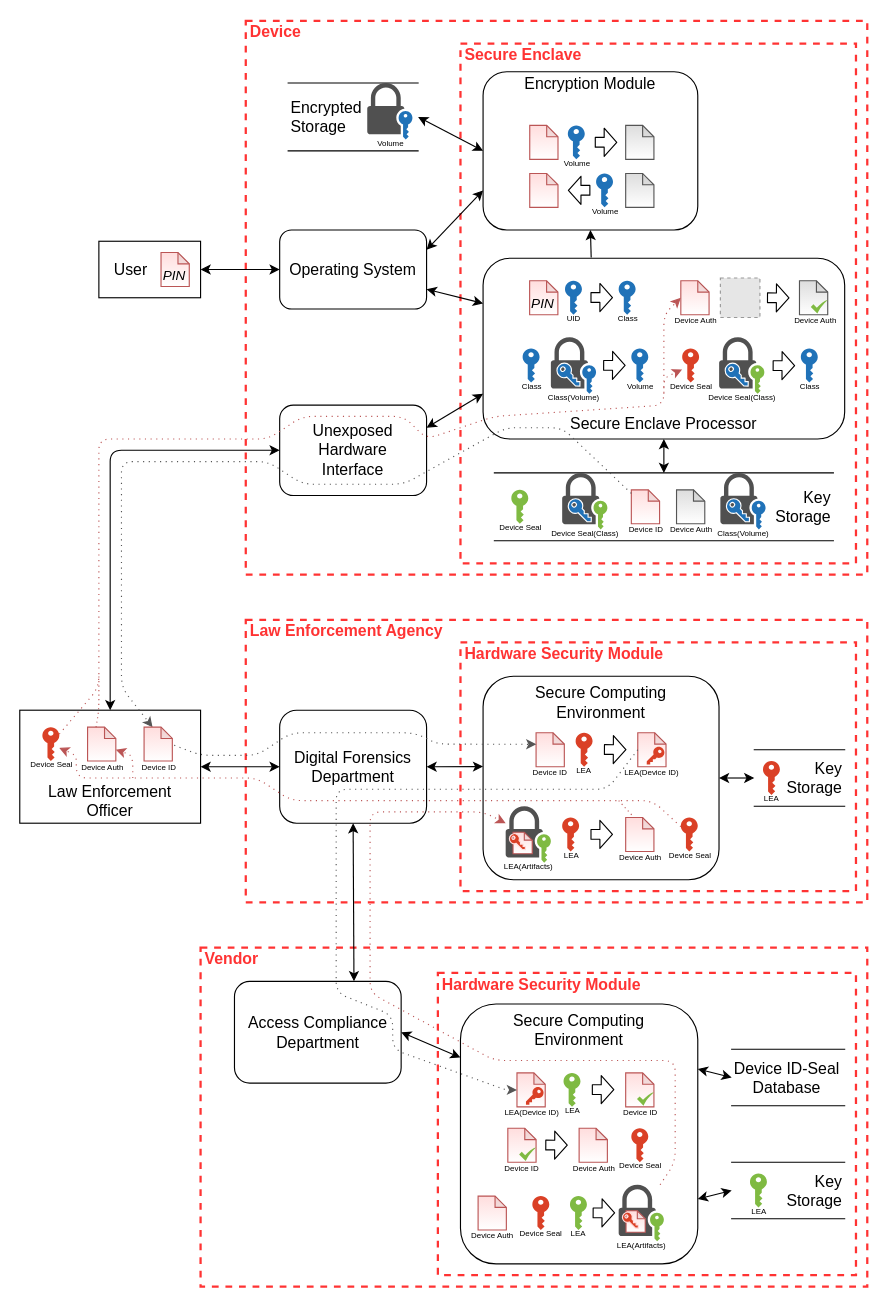
The draw.io diagram dfds/DAR-level-1-crypto-iphone-LDAMSR.drawio in kkredit/confronting-wicked-crypto, before the edit. Source tidied: cells renumbered, new cells numbered last; positions are measured from the earlier drawing's top-left corner, leaving out a move shared by most shapes. Both pictures are drawn from the tidied source at 113%, with x=0, y=0 at pixel (19, 20). Pictures stored in the file or linked from it are replaced by grey dashed boxes.
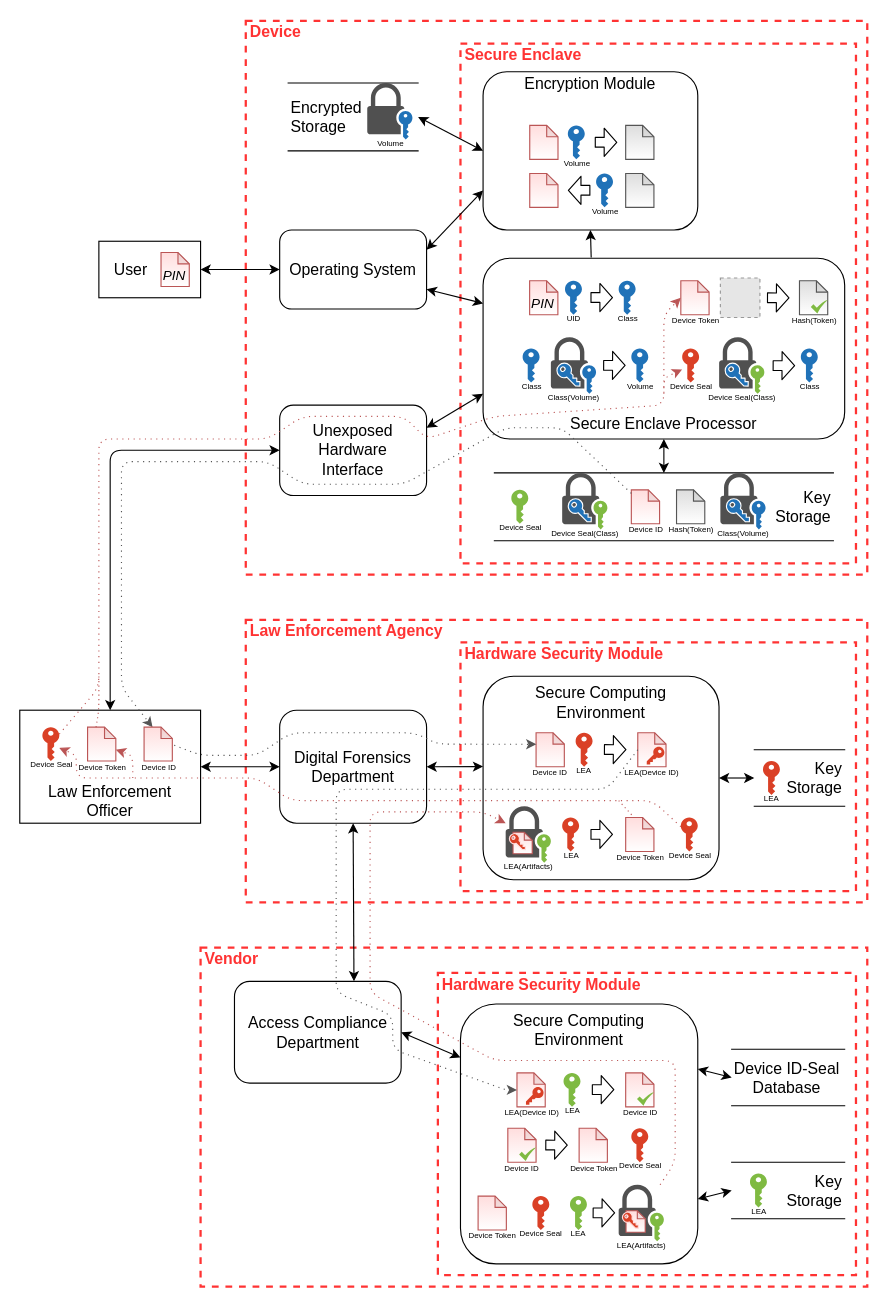
The same diagram, later.

Unchanged cells that the change refers to:
```xml
<mxCell id="110" style="group;" parent="1" vertex="1">
  <mxGeometry x="690" y="230" width="25" height="30" as="geometry" />
</mxCell>
```

What changed in the source:
```diff
@@
-    <mxCell id="111" value="&lt;span style=&quot;font-size: 7px&quot;&gt;&amp;nbsp;Device Auth&lt;/span&gt;" style="shape=note;html=1;backgroundOutline=1;darkOpacity=0.05;size=10;labelPosition=center;verticalLabelPosition=bottom;align=center;verticalAlign=top;spacingTop=-10;gradientColor=#ffffff;fillColor=#ddDDDD;strokeColor=#555555;" parent="110" vertex="1">
+    <mxCell id="111" value="&lt;span style=&quot;font-size: 7px&quot;&gt;Hash(Token)&lt;/span&gt;" style="shape=note;html=1;backgroundOutline=1;darkOpacity=0.05;size=10;labelPosition=center;verticalLabelPosition=bottom;align=center;verticalAlign=top;spacingTop=-10;gradientColor=#ffffff;fillColor=#ddDDDD;strokeColor=#555555;" parent="110" vertex="1">
       <mxGeometry width="25" height="30" as="geometry" />
     </mxCell>
@@
-    <mxCell id="113" value="&lt;span style=&quot;font-size: 7px&quot;&gt;Device Auth&lt;/span&gt;" style="shape=note;html=1;backgroundOutline=1;darkOpacity=0.05;size=10;labelPosition=center;verticalLabelPosition=bottom;align=center;verticalAlign=top;spacingTop=-10;gradientColor=#ffffff;fillColor=#ddDDDD;strokeColor=#555555;" parent="1" vertex="1">
+    <mxCell id="113" value="&lt;span style=&quot;font-size: 7px&quot;&gt;Hash(Token)&lt;/span&gt;" style="shape=note;html=1;backgroundOutline=1;darkOpacity=0.05;size=10;labelPosition=center;verticalLabelPosition=bottom;align=center;verticalAlign=top;spacingTop=-10;gradientColor=#ffffff;fillColor=#ddDDDD;strokeColor=#555555;" parent="1" vertex="1">
       <mxGeometry x="581.2" y="415" width="25" height="30" as="geometry" />
     </mxCell>
@@
-    <mxCell id="116" value="&lt;span style=&quot;font-size: 7px&quot;&gt;Device Auth&lt;/span&gt;" style="shape=note;html=1;backgroundOutline=1;darkOpacity=0.05;size=10;labelPosition=center;verticalLabelPosition=bottom;align=center;verticalAlign=top;spacingTop=-10;gradientColor=#ffffff;fillColor=#FFDDDD;strokeColor=#BB5555;" parent="1" vertex="1">
+    <mxCell id="116" value="&lt;span style=&quot;font-size: 7px&quot;&gt;Device Token&lt;/span&gt;" style="shape=note;html=1;backgroundOutline=1;darkOpacity=0.05;size=10;labelPosition=center;verticalLabelPosition=bottom;align=center;verticalAlign=top;spacingTop=-10;gradientColor=#ffffff;fillColor=#FFDDDD;strokeColor=#BB5555;" parent="1" vertex="1">
       <mxGeometry x="405.6" y="1040" width="25" height="30" as="geometry" />
     </mxCell>
@@
-    <mxCell id="125" value="&lt;span style=&quot;font-size: 7px&quot;&gt;Device Auth&lt;/span&gt;" style="shape=note;html=1;backgroundOutline=1;darkOpacity=0.05;size=10;labelPosition=center;verticalLabelPosition=bottom;align=center;verticalAlign=top;spacingTop=-10;gradientColor=#ffffff;fillColor=#FFDDDD;strokeColor=#BB5555;" parent="1" vertex="1">
+    <mxCell id="125" value="&lt;span style=&quot;font-size: 7px&quot;&gt;Device Token&lt;/span&gt;" style="shape=note;html=1;backgroundOutline=1;darkOpacity=0.05;size=10;labelPosition=center;verticalLabelPosition=bottom;align=center;verticalAlign=top;spacingTop=-10;gradientColor=#ffffff;fillColor=#FFDDDD;strokeColor=#BB5555;" parent="1" vertex="1">
       <mxGeometry x="536.2" y="705" width="25" height="30" as="geometry" />
     </mxCell>
@@
-    <mxCell id="127" value="&lt;span style=&quot;font-size: 7px&quot;&gt;Device Auth&lt;/span&gt;" style="shape=note;html=1;backgroundOutline=1;darkOpacity=0.05;size=10;labelPosition=center;verticalLabelPosition=bottom;align=center;verticalAlign=top;spacingTop=-10;gradientColor=#ffffff;fillColor=#FFDDDD;strokeColor=#BB5555;" parent="1" vertex="1">
+    <mxCell id="127" value="&lt;span style=&quot;font-size: 7px&quot;&gt;Device Token&lt;/span&gt;" style="shape=note;html=1;backgroundOutline=1;darkOpacity=0.05;size=10;labelPosition=center;verticalLabelPosition=bottom;align=center;verticalAlign=top;spacingTop=-10;gradientColor=#ffffff;fillColor=#FFDDDD;strokeColor=#BB5555;" parent="1" vertex="1">
       <mxGeometry x="60" y="625" width="25" height="30" as="geometry" />
     </mxCell>
@@
-    <mxCell id="130" value="&lt;span style=&quot;font-size: 7px&quot;&gt;Device Auth&lt;/span&gt;" style="shape=note;html=1;backgroundOutline=1;darkOpacity=0.05;size=10;labelPosition=center;verticalLabelPosition=bottom;align=center;verticalAlign=top;spacingTop=-10;gradientColor=#ffffff;fillColor=#FFDDDD;strokeColor=#BB5555;" parent="1" vertex="1">
+    <mxCell id="130" value="&lt;span style=&quot;font-size: 7px&quot;&gt;Device Token&lt;/span&gt;" style="shape=note;html=1;backgroundOutline=1;darkOpacity=0.05;size=10;labelPosition=center;verticalLabelPosition=bottom;align=center;verticalAlign=top;spacingTop=-10;gradientColor=#ffffff;fillColor=#FFDDDD;strokeColor=#BB5555;" parent="1" vertex="1">
       <mxGeometry x="585" y="230" width="25" height="30" as="geometry" />
     </mxCell>
@@
-    <mxCell id="132" value="&lt;span style=&quot;font-size: 7px&quot;&gt;Device Auth&lt;/span&gt;" style="shape=note;html=1;backgroundOutline=1;darkOpacity=0.05;size=10;labelPosition=center;verticalLabelPosition=bottom;align=center;verticalAlign=top;spacingTop=-10;gradientColor=#ffffff;fillColor=#FFDDDD;strokeColor=#BB5555;" parent="1" vertex="1">
+    <mxCell id="132" value="&lt;span style=&quot;font-size: 7px&quot;&gt;Device Token&lt;/span&gt;" style="shape=note;html=1;backgroundOutline=1;darkOpacity=0.05;size=10;labelPosition=center;verticalLabelPosition=bottom;align=center;verticalAlign=top;spacingTop=-10;gradientColor=#ffffff;fillColor=#FFDDDD;strokeColor=#BB5555;" parent="1" vertex="1">
       <mxGeometry x="495" y="980" width="25" height="30" as="geometry" />
     </mxCell>
```
